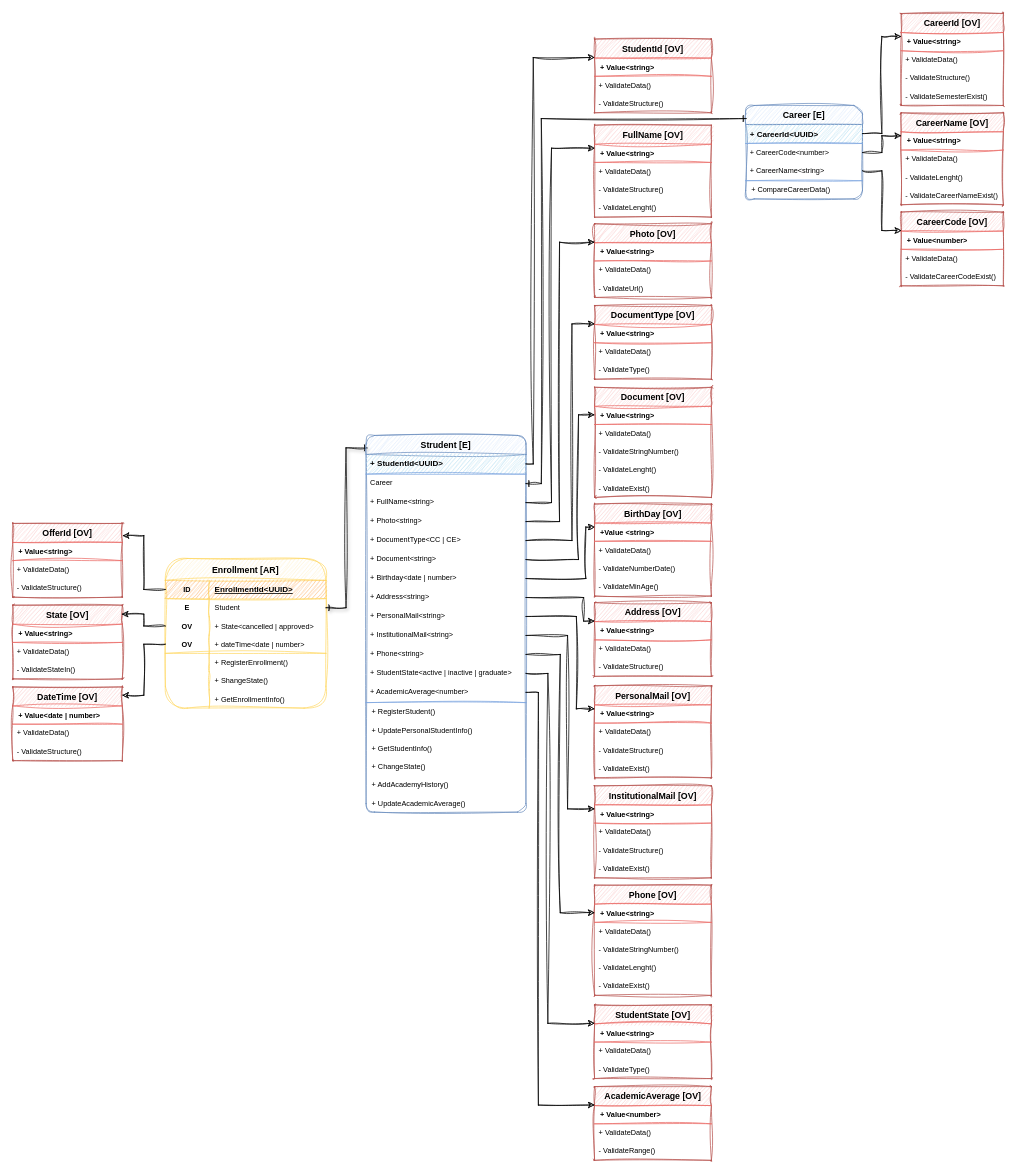
Before: page "Enrollment <AR>" (3 of 5) of DDD University - Sofka.drawio in training-practice-sofkau/C1-2023-DDD-Colombia, a draw.io diagram. Source tidied: cells renumbered, new cells numbered last; positions are measured from the earlier drawing's top-left corner, leaving out a move shared by most shapes. Both pictures are drawn from the tidied source at 73%, with x=0, y=0 at pixel (12, -4).
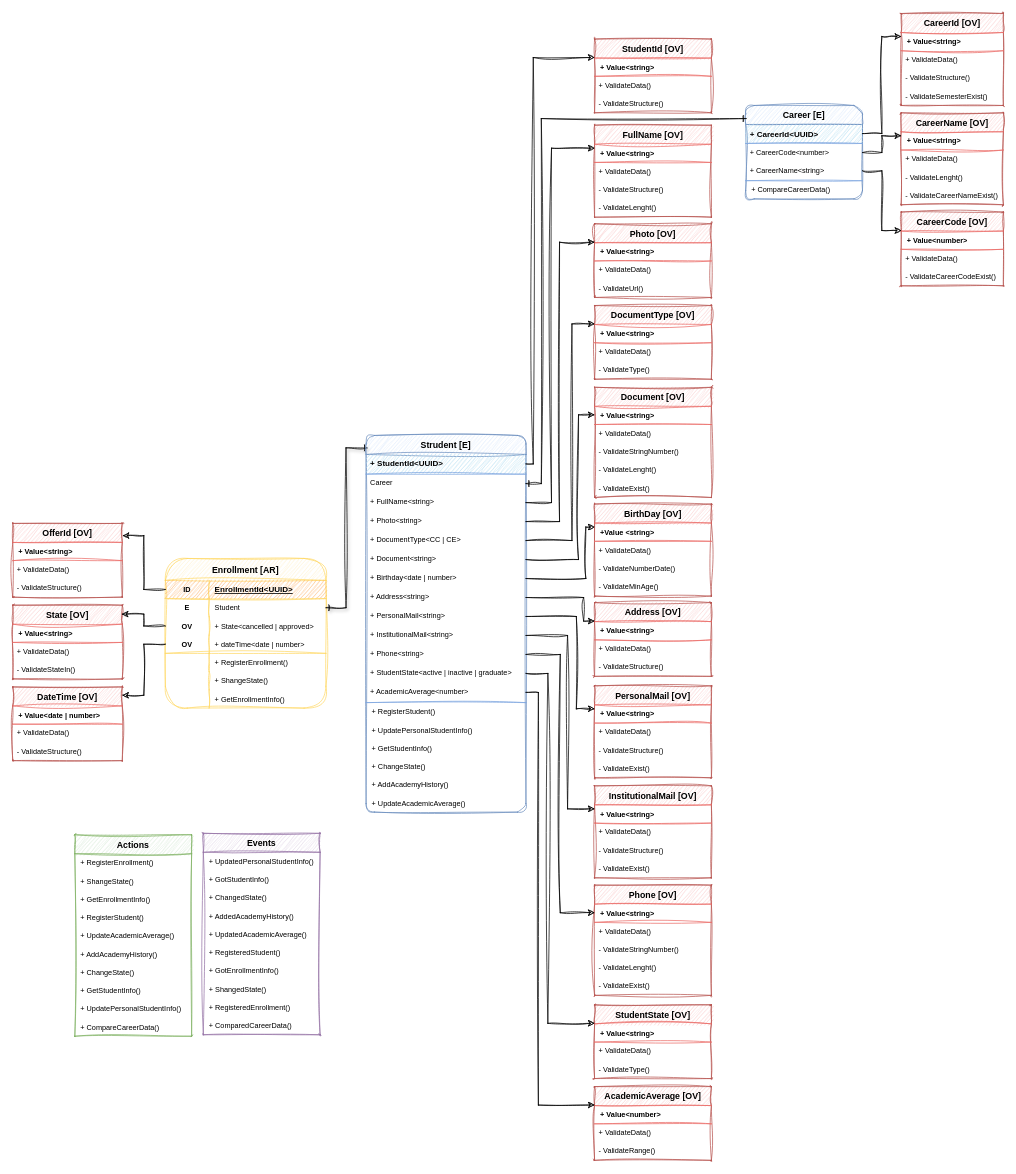
Above is the later version.

The edit, as a diff of the source:
```diff
@@
+    <mxCell id="157" value="Actions" style="swimlane;fontStyle=1;horizontal=1;startSize=26;align=center;fontSize=12;rounded=1;shadow=0;glass=0;sketch=1;fillStyle=auto;strokeColor=#82b366;fillColor=#d5e8d4;arcSize=0;swimlaneLine=1;curveFitting=1;jiggle=2;" parent="1" vertex="1">
+      <mxGeometry x="85" y="1148" width="160" height="276" as="geometry" />
+    </mxCell>
+    <mxCell id="158" value="+ RegisterEnrollment()" style="shape=partialRectangle;fillColor=none;top=0;left=0;bottom=0;right=0;align=left;spacingLeft=6;overflow=hidden;rounded=0;shadow=0;glass=0;dashed=1;sketch=1;fillStyle=auto;strokeColor=#FF99CC;fontSize=10;curveFitting=1;jiggle=2;" parent="157" vertex="1">
+      <mxGeometry y="26" width="160" height="25" as="geometry" />
+    </mxCell>
+    <mxCell id="159" value="+ ShangeState()" style="shape=partialRectangle;fillColor=none;top=0;left=0;bottom=0;right=0;align=left;spacingLeft=6;overflow=hidden;rounded=0;shadow=0;glass=0;dashed=1;sketch=1;fillStyle=auto;strokeColor=#FF99CC;fontSize=10;curveFitting=1;jiggle=2;" parent="157" vertex="1">
+      <mxGeometry y="51" width="160" height="25" as="geometry" />
+    </mxCell>
+    <mxCell id="160" value="+ GetEnrollmentInfo()" style="shape=partialRectangle;fillColor=none;top=0;left=0;bottom=0;right=0;align=left;spacingLeft=6;overflow=hidden;rounded=0;shadow=0;glass=0;dashed=1;sketch=1;fillStyle=auto;strokeColor=#FF99CC;fontSize=10;curveFitting=1;jiggle=2;" parent="157" vertex="1">
+      <mxGeometry y="76" width="160" height="25" as="geometry" />
+    </mxCell>
+    <mxCell id="161" value="+ RegisterStudent()" style="shape=partialRectangle;fillColor=none;top=0;left=0;bottom=0;right=0;align=left;spacingLeft=6;fontStyle=0;overflow=hidden;rounded=0;shadow=0;glass=0;dashed=1;sketch=1;fillStyle=auto;strokeColor=#FF99CC;fontSize=10;curveFitting=1;jiggle=2;" parent="157" vertex="1">
+      <mxGeometry y="101" width="160" height="25" as="geometry" />
+    </mxCell>
+    <mxCell id="162" value="+ UpdateAcademicAverage()" style="shape=partialRectangle;fillColor=none;top=0;left=0;bottom=0;right=0;align=left;spacingLeft=6;fontStyle=0;overflow=hidden;rounded=0;shadow=0;glass=0;dashed=1;sketch=1;fillStyle=auto;strokeColor=#FF99CC;fontSize=10;curveFitting=1;jiggle=2;" parent="157" vertex="1">
+      <mxGeometry y="126" width="160" height="25" as="geometry" />
+    </mxCell>
+    <mxCell id="163" value="+ AddAcademyHistory()" style="shape=partialRectangle;fillColor=none;top=0;left=0;bottom=0;right=0;align=left;spacingLeft=6;fontStyle=0;overflow=hidden;rounded=0;shadow=0;glass=0;dashed=1;sketch=1;fillStyle=auto;strokeColor=#FF99CC;fontSize=10;curveFitting=1;jiggle=2;" parent="157" vertex="1">
+      <mxGeometry y="151" width="160" height="25" as="geometry" />
+    </mxCell>
+    <mxCell id="164" value="+ ChangeState()" style="shape=partialRectangle;fillColor=none;top=0;left=0;bottom=0;right=0;align=left;spacingLeft=6;fontStyle=0;overflow=hidden;rounded=0;shadow=0;glass=0;dashed=1;sketch=1;fillStyle=auto;strokeColor=#FF99CC;fontSize=10;curveFitting=1;jiggle=2;" parent="157" vertex="1">
+      <mxGeometry y="176" width="160" height="25" as="geometry" />
+    </mxCell>
+    <mxCell id="165" value="+ GetStudentInfo()" style="shape=partialRectangle;fillColor=none;top=0;left=0;bottom=0;right=0;align=left;spacingLeft=6;fontStyle=0;overflow=hidden;rounded=0;shadow=0;glass=0;dashed=1;sketch=1;fillStyle=auto;strokeColor=#FF99CC;fontSize=10;curveFitting=1;jiggle=2;" parent="157" vertex="1">
+      <mxGeometry y="201" width="160" height="25" as="geometry" />
+    </mxCell>
+    <mxCell id="166" value="+ UpdatePersonalStudentInfo()" style="shape=partialRectangle;fillColor=none;top=0;left=0;bottom=0;right=0;align=left;spacingLeft=6;fontStyle=0;overflow=hidden;rounded=0;shadow=0;glass=0;dashed=1;sketch=1;fillStyle=auto;strokeColor=#FF99CC;fontSize=10;curveFitting=1;jiggle=2;" parent="157" vertex="1">
+      <mxGeometry y="226" width="160" height="25" as="geometry" />
+    </mxCell>
+    <mxCell id="167" value="+ CompareCareerData()" style="shape=partialRectangle;fillColor=none;top=0;left=0;bottom=0;right=0;align=left;spacingLeft=6;fontStyle=0;overflow=hidden;rounded=0;shadow=0;glass=0;dashed=1;sketch=1;fillStyle=auto;strokeColor=#FF99CC;fontSize=10;curveFitting=1;jiggle=2;" parent="157" vertex="1">
+      <mxGeometry y="251" width="160" height="25" as="geometry" />
+    </mxCell>
+    <mxCell id="168" value="Events" style="swimlane;fontStyle=1;horizontal=1;startSize=26;align=center;fontSize=12;rounded=1;shadow=0;glass=0;sketch=1;fillStyle=auto;strokeColor=#9673a6;fillColor=#e1d5e7;arcSize=0;swimlaneLine=1;curveFitting=1;jiggle=2;" parent="1" vertex="1">
+      <mxGeometry x="261" y="1146" width="160" height="276" as="geometry" />
+    </mxCell>
+    <mxCell id="169" value="+ UpdatedPersonalStudentInfo()" style="shape=partialRectangle;fillColor=none;top=0;left=0;bottom=0;right=0;align=left;spacingLeft=6;fontStyle=0;overflow=hidden;rounded=0;shadow=0;glass=0;dashed=1;sketch=1;fillStyle=auto;strokeColor=#FF99CC;fontSize=10;curveFitting=1;jiggle=2;" parent="168" vertex="1">
+      <mxGeometry y="26" width="160" height="25" as="geometry" />
+    </mxCell>
+    <mxCell id="170" value="+ GotStudentInfo()" style="shape=partialRectangle;fillColor=none;top=0;left=0;bottom=0;right=0;align=left;spacingLeft=6;fontStyle=0;overflow=hidden;rounded=0;shadow=0;glass=0;dashed=1;sketch=1;fillStyle=auto;strokeColor=#FF99CC;fontSize=10;curveFitting=1;jiggle=2;" parent="168" vertex="1">
+      <mxGeometry y="51" width="160" height="25" as="geometry" />
+    </mxCell>
+    <mxCell id="171" value="+ ChangedState()" style="shape=partialRectangle;fillColor=none;top=0;left=0;bottom=0;right=0;align=left;spacingLeft=6;fontStyle=0;overflow=hidden;rounded=0;shadow=0;glass=0;dashed=1;sketch=1;fillStyle=auto;strokeColor=#FF99CC;fontSize=10;curveFitting=1;jiggle=2;" parent="168" vertex="1">
+      <mxGeometry y="76" width="160" height="25" as="geometry" />
+    </mxCell>
+    <mxCell id="172" value="+ AddedAcademyHistory()" style="shape=partialRectangle;fillColor=none;top=0;left=0;bottom=0;right=0;align=left;spacingLeft=6;fontStyle=0;overflow=hidden;rounded=0;shadow=0;glass=0;dashed=1;sketch=1;fillStyle=auto;strokeColor=#FF99CC;fontSize=10;curveFitting=1;jiggle=2;" parent="168" vertex="1">
+      <mxGeometry y="101" width="160" height="25" as="geometry" />
+    </mxCell>
+    <mxCell id="173" value="+ UpdatedAcademicAverage()" style="shape=partialRectangle;fillColor=none;top=0;left=0;bottom=0;right=0;align=left;spacingLeft=6;fontStyle=0;overflow=hidden;rounded=0;shadow=0;glass=0;dashed=1;sketch=1;fillStyle=auto;strokeColor=#FF99CC;fontSize=10;curveFitting=1;jiggle=2;" parent="168" vertex="1">
+      <mxGeometry y="126" width="160" height="25" as="geometry" />
+    </mxCell>
+    <mxCell id="174" value="+ RegisteredStudent()" style="shape=partialRectangle;fillColor=none;top=0;left=0;bottom=0;right=0;align=left;spacingLeft=6;fontStyle=0;overflow=hidden;rounded=0;shadow=0;glass=0;dashed=1;sketch=1;fillStyle=auto;strokeColor=#FF99CC;fontSize=10;curveFitting=1;jiggle=2;" parent="168" vertex="1">
+      <mxGeometry y="151" width="160" height="25" as="geometry" />
+    </mxCell>
+    <mxCell id="175" value="+ GotEnrollmentInfo()" style="shape=partialRectangle;fillColor=none;top=0;left=0;bottom=0;right=0;align=left;spacingLeft=6;overflow=hidden;rounded=0;shadow=0;glass=0;dashed=1;sketch=1;fillStyle=auto;strokeColor=#FF99CC;fontSize=10;curveFitting=1;jiggle=2;" parent="168" vertex="1">
+      <mxGeometry y="176" width="160" height="25" as="geometry" />
+    </mxCell>
+    <mxCell id="176" value="+ ShangedState()" style="shape=partialRectangle;fillColor=none;top=0;left=0;bottom=0;right=0;align=left;spacingLeft=6;overflow=hidden;rounded=0;shadow=0;glass=0;dashed=1;sketch=1;fillStyle=auto;strokeColor=#FF99CC;fontSize=10;curveFitting=1;jiggle=2;" parent="168" vertex="1">
+      <mxGeometry y="201" width="160" height="25" as="geometry" />
+    </mxCell>
+    <mxCell id="177" value="+ RegisteredEnrollment()" style="shape=partialRectangle;fillColor=none;top=0;left=0;bottom=0;right=0;align=left;spacingLeft=6;overflow=hidden;rounded=0;shadow=0;glass=0;dashed=1;sketch=1;fillStyle=auto;strokeColor=#FF99CC;fontSize=10;curveFitting=1;jiggle=2;" parent="168" vertex="1">
+      <mxGeometry y="226" width="160" height="25" as="geometry" />
+    </mxCell>
+    <mxCell id="178" value="+ ComparedCareerData()" style="shape=partialRectangle;fillColor=none;top=0;left=0;bottom=0;right=0;align=left;spacingLeft=6;fontStyle=0;overflow=hidden;rounded=0;shadow=0;glass=0;dashed=1;sketch=1;fillStyle=auto;strokeColor=#FF99CC;fontSize=10;curveFitting=1;jiggle=2;" parent="168" vertex="1">
+      <mxGeometry y="251" width="160" height="25" as="geometry" />
+    </mxCell>
```
